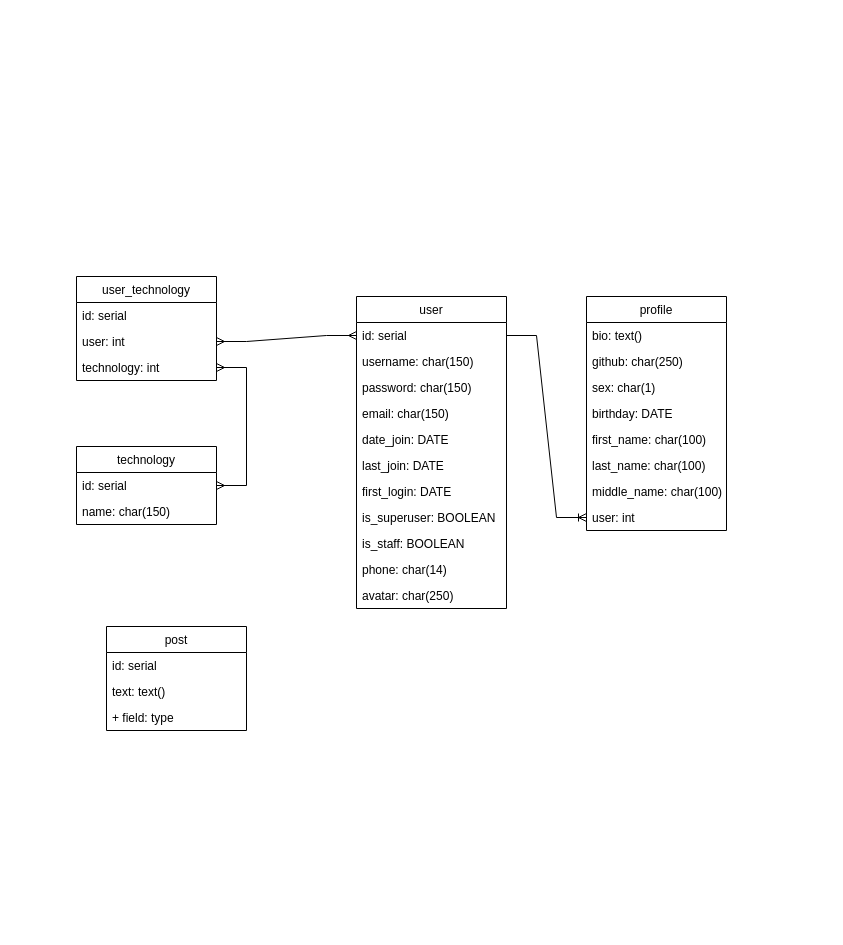
The draw.io diagram databasediagram.drawio in tonyglaz/mini_social_network_on_django, before the edit. Source tidied: cells renumbered, new cells numbered last; positions are measured from the earlier drawing's top-left corner, leaving out a move shared by most shapes. Both pictures are drawn from the tidied source at 100%, with x=0, y=0 at pixel (76, 276).
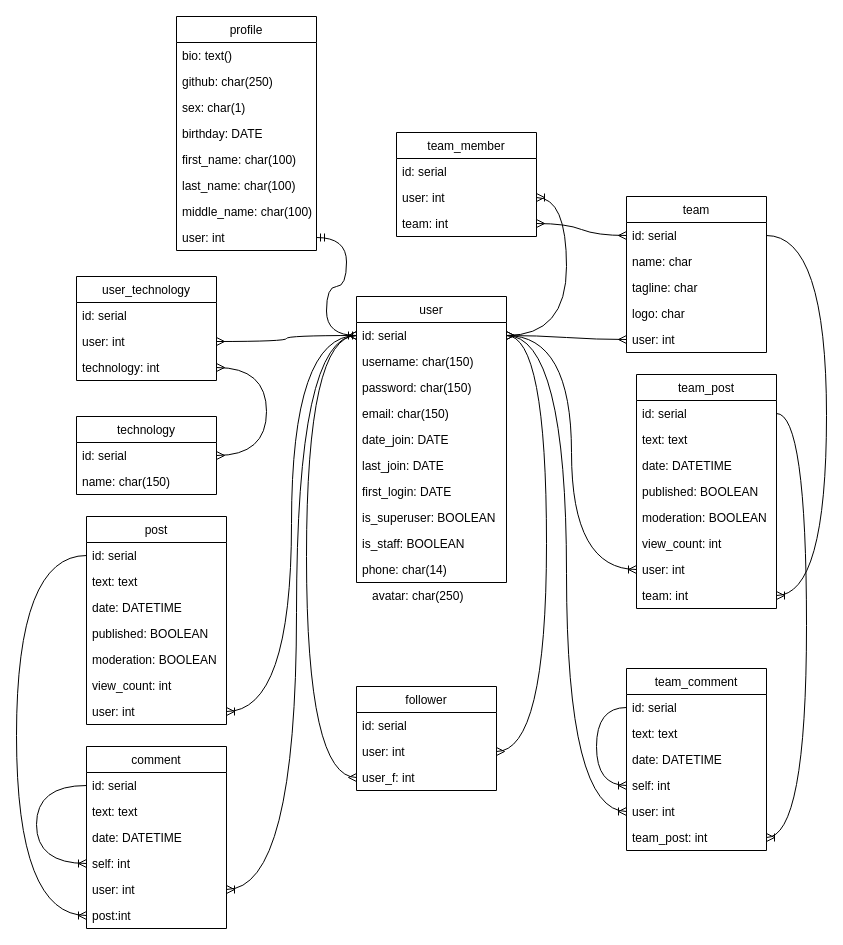
The same diagram, later.

Unchanged cells that the change refers to:
```xml
<mxCell id="3" value="id: serial" style="text;strokeColor=none;fillColor=none;align=left;verticalAlign=top;spacingLeft=4;spacingRight=4;overflow=hidden;points=[[0,0.5],[1,0.5]];portConstraint=eastwest;" parent="2" vertex="1">
  <mxGeometry y="26" width="150" height="26" as="geometry" />
</mxCell>
<mxCell id="22" value="user: int" style="text;strokeColor=none;fillColor=none;align=left;verticalAlign=top;spacingLeft=4;spacingRight=4;overflow=hidden;points=[[0,0.5],[1,0.5]];portConstraint=eastwest;" parent="14" vertex="1">
  <mxGeometry y="208" width="140" height="26" as="geometry" />
</mxCell>
<mxCell id="26" value="user: int" style="text;strokeColor=none;fillColor=none;align=left;verticalAlign=top;spacingLeft=4;spacingRight=4;overflow=hidden;points=[[0,0.5],[1,0.5]];portConstraint=eastwest;" parent="24" vertex="1">
  <mxGeometry y="52" width="140" height="26" as="geometry" />
</mxCell>
<mxCell id="27" value="technology: int" style="text;strokeColor=none;fillColor=none;align=left;verticalAlign=top;spacingLeft=4;spacingRight=4;overflow=hidden;points=[[0,0.5],[1,0.5]];portConstraint=eastwest;" parent="24" vertex="1">
  <mxGeometry y="78" width="140" height="26" as="geometry" />
</mxCell>
<mxCell id="29" value="id: serial" style="text;strokeColor=none;fillColor=none;align=left;verticalAlign=top;spacingLeft=4;spacingRight=4;overflow=hidden;points=[[0,0.5],[1,0.5]];portConstraint=eastwest;" parent="28" vertex="1">
  <mxGeometry y="26" width="140" height="26" as="geometry" />
</mxCell>
```

What changed in the source:
```diff
@@
     <mxCell id="2" value="user" style="swimlane;fontStyle=0;horizontal=1;startSize=26;fillColor=none;" parent="1" vertex="1">
-      <mxGeometry x="280" y="20" width="150" height="312" as="geometry" />
+      <mxGeometry x="280" y="20" width="150" height="286" as="geometry" />
     </mxCell>
@@
-    <mxCell id="13" value="avatar: char(250)" style="text;strokeColor=none;fillColor=none;align=left;verticalAlign=top;spacingLeft=4;spacingRight=4;overflow=hidden;" parent="2" vertex="1">
-      <mxGeometry y="286" width="150" height="26" as="geometry" />
-    </mxCell>
     <mxCell id="14" value="profile" style="swimlane;fontStyle=0;horizontal=1;startSize=26;fillColor=none;" parent="1" vertex="1">
-      <mxGeometry x="510" y="20" width="140" height="234" as="geometry" />
+      <mxGeometry x="100" y="-260" width="140" height="234" as="geometry" />
     </mxCell>
@@
-    <mxCell id="23" style="edgeStyle=entityRelationEdgeStyle;fontSize=12;html=1;endArrow=ERoneToMany;rounded=0;" parent="1" edge="1" source="3" target="22">
-      <mxGeometry relative="1" as="geometry" />
-    </mxCell>
@@
     <mxCell id="28" value="technology" style="swimlane;fontStyle=0;horizontal=1;startSize=26;fillColor=none;" parent="1" vertex="1">
-      <mxGeometry y="170" width="140" height="78" as="geometry" />
+      <mxGeometry y="140" width="140" height="78" as="geometry" />
     </mxCell>
@@
-    <mxCell id="31" style="edgeStyle=entityRelationEdgeStyle;fontSize=12;html=1;endArrow=ERmany;startArrow=ERmany;rounded=0;exitX=1;exitY=0.5;exitDx=0;exitDy=0;" parent="1" edge="1" source="29" target="27">
-      <mxGeometry relative="1" as="geometry" />
+    <mxCell id="31" style="edgeStyle=orthogonalEdgeStyle;fontSize=12;html=1;endArrow=ERmany;startArrow=ERmany;rounded=0;exitX=1;exitY=0.5;exitDx=0;exitDy=0;curved=1;" parent="1" edge="1" source="29" target="27">
+      <mxGeometry relative="1" as="geometry">
+        <Array as="points">
+          <mxPoint x="190" y="179" />
+          <mxPoint x="190" y="91" />
+        </Array>
+      </mxGeometry>
     </mxCell>
+    <mxCell id="36" style="edgeStyle=orthogonalEdgeStyle;fontSize=12;html=1;endArrow=ERmany;startArrow=ERmany;rounded=0;curved=1;" parent="1" edge="1" source="26" target="3">
+      <mxGeometry relative="1" as="geometry" />
+    </mxCell>
+    <mxCell id="37" value="follower" style="swimlane;fontStyle=0;horizontal=1;startSize=26;fillColor=none;" parent="1" vertex="1">
+      <mxGeometry x="280" y="410" width="140" height="104" as="geometry" />
+    </mxCell>
+    <mxCell id="38" value="id: serial" style="text;strokeColor=none;fillColor=none;align=left;verticalAlign=top;spacingLeft=4;spacingRight=4;overflow=hidden;" parent="37" vertex="1">
+      <mxGeometry y="26" width="140" height="26" as="geometry" />
+    </mxCell>
+    <mxCell id="39" value="user: int" style="text;strokeColor=none;fillColor=none;align=left;verticalAlign=top;spacingLeft=4;spacingRight=4;overflow=hidden;points=[[0,0.5],[1,0.5]];portConstraint=eastwest;" parent="37" vertex="1">
+      <mxGeometry y="52" width="140" height="26" as="geometry" />
+    </mxCell>
+    <mxCell id="40" value="user_f: int" style="text;strokeColor=none;fillColor=none;align=left;verticalAlign=top;spacingLeft=4;spacingRight=4;overflow=hidden;points=[[0,0.5],[1,0.5]];portConstraint=eastwest;" parent="37" vertex="1">
+      <mxGeometry y="78" width="140" height="26" as="geometry" />
+    </mxCell>
+    <mxCell id="41" value="team_member" style="swimlane;fontStyle=0;horizontal=1;startSize=26;fillColor=none;" parent="1" vertex="1">
+      <mxGeometry x="320" y="-144" width="140" height="104" as="geometry" />
+    </mxCell>
+    <mxCell id="42" value="id: serial" style="text;strokeColor=none;fillColor=none;align=left;verticalAlign=top;spacingLeft=4;spacingRight=4;overflow=hidden;" parent="41" vertex="1">
+      <mxGeometry y="26" width="140" height="26" as="geometry" />
+    </mxCell>
+    <mxCell id="43" value="user: int" style="text;strokeColor=none;fillColor=none;align=left;verticalAlign=top;spacingLeft=4;spacingRight=4;overflow=hidden;points=[[0,0.5],[1,0.5]];portConstraint=eastwest;" parent="41" vertex="1">
+      <mxGeometry y="52" width="140" height="26" as="geometry" />
+    </mxCell>
+    <mxCell id="44" value="team: int" style="text;strokeColor=none;fillColor=none;align=left;verticalAlign=top;spacingLeft=4;spacingRight=4;overflow=hidden;points=[[0,0.5],[1,0.5]];portConstraint=eastwest;" parent="41" vertex="1">
+      <mxGeometry y="78" width="140" height="26" as="geometry" />
+    </mxCell>
+    <mxCell id="45" value="team" style="swimlane;fontStyle=0;horizontal=1;startSize=26;fillColor=none;" parent="1" vertex="1">
+      <mxGeometry x="550" y="-80" width="140" height="156" as="geometry" />
+    </mxCell>
+    <mxCell id="46" value="id: serial" style="text;strokeColor=none;fillColor=none;align=left;verticalAlign=top;spacingLeft=4;spacingRight=4;overflow=hidden;points=[[0,0.5],[1,0.5]];portConstraint=eastwest;" parent="45" vertex="1">
+      <mxGeometry y="26" width="140" height="26" as="geometry" />
+    </mxCell>
+    <mxCell id="47" value="name: char" style="text;strokeColor=none;fillColor=none;align=left;verticalAlign=top;spacingLeft=4;spacingRight=4;overflow=hidden;" parent="45" vertex="1">
+      <mxGeometry y="52" width="140" height="26" as="geometry" />
+    </mxCell>
+    <mxCell id="48" value="tagline: char" style="text;strokeColor=none;fillColor=none;align=left;verticalAlign=top;spacingLeft=4;spacingRight=4;overflow=hidden;" parent="45" vertex="1">
+      <mxGeometry y="78" width="140" height="26" as="geometry" />
+    </mxCell>
+    <mxCell id="49" value="logo: char" style="text;strokeColor=none;fillColor=none;align=left;verticalAlign=top;spacingLeft=4;spacingRight=4;overflow=hidden;" parent="45" vertex="1">
+      <mxGeometry y="104" width="140" height="26" as="geometry" />
+    </mxCell>
+    <mxCell id="50" value="user: int" style="text;strokeColor=none;fillColor=none;align=left;verticalAlign=top;spacingLeft=4;spacingRight=4;overflow=hidden;points=[[0,0.5],[1,0.5]];portConstraint=eastwest;" parent="45" vertex="1">
+      <mxGeometry y="130" width="140" height="26" as="geometry" />
+    </mxCell>
+    <mxCell id="51" value="team_post" style="swimlane;fontStyle=0;horizontal=1;startSize=26;fillColor=none;" parent="1" vertex="1">
+      <mxGeometry x="560" y="98" width="140" height="234" as="geometry" />
+    </mxCell>
+    <mxCell id="52" value="id: serial" style="text;strokeColor=none;fillColor=none;align=left;verticalAlign=top;spacingLeft=4;spacingRight=4;overflow=hidden;points=[[0,0.5],[1,0.5]];portConstraint=eastwest;" parent="51" vertex="1">
+      <mxGeometry y="26" width="140" height="26" as="geometry" />
+    </mxCell>
+    <mxCell id="53" value="text: text" style="text;strokeColor=none;fillColor=none;align=left;verticalAlign=top;spacingLeft=4;spacingRight=4;overflow=hidden;" parent="51" vertex="1">
+      <mxGeometry y="52" width="140" height="26" as="geometry" />
+    </mxCell>
+    <mxCell id="54" value="date: DATETIME" style="text;strokeColor=none;fillColor=none;align=left;verticalAlign=top;spacingLeft=4;spacingRight=4;overflow=hidden;" parent="51" vertex="1">
+      <mxGeometry y="78" width="140" height="26" as="geometry" />
+    </mxCell>
+    <mxCell id="55" value="published: BOOLEAN" style="text;strokeColor=none;fillColor=none;align=left;verticalAlign=top;spacingLeft=4;spacingRight=4;overflow=hidden;" parent="51" vertex="1">
+      <mxGeometry y="104" width="140" height="26" as="geometry" />
+    </mxCell>
+    <mxCell id="56" value="moderation: BOOLEAN" style="text;strokeColor=none;fillColor=none;align=left;verticalAlign=top;spacingLeft=4;spacingRight=4;overflow=hidden;" parent="51" vertex="1">
+      <mxGeometry y="130" width="140" height="26" as="geometry" />
+    </mxCell>
+    <mxCell id="57" value="view_count: int" style="text;strokeColor=none;fillColor=none;align=left;verticalAlign=top;spacingLeft=4;spacingRight=4;overflow=hidden;" parent="51" vertex="1">
+      <mxGeometry y="156" width="140" height="26" as="geometry" />
+    </mxCell>
+    <mxCell id="58" value="user: int" style="text;strokeColor=none;fillColor=none;align=left;verticalAlign=top;spacingLeft=4;spacingRight=4;overflow=hidden;points=[[0,0.5],[1,0.5]];portConstraint=eastwest;" parent="51" vertex="1">
+      <mxGeometry y="182" width="140" height="26" as="geometry" />
+    </mxCell>
+    <mxCell id="59" value="team: int" style="text;strokeColor=none;fillColor=none;align=left;verticalAlign=top;spacingLeft=4;spacingRight=4;overflow=hidden;points=[[0,0.5],[1,0.5]];portConstraint=eastwest;" parent="51" vertex="1">
+      <mxGeometry y="208" width="140" height="26" as="geometry" />
+    </mxCell>
+    <mxCell id="60" value="team_comment" style="swimlane;fontStyle=0;horizontal=1;startSize=26;fillColor=none;" parent="1" vertex="1">
+      <mxGeometry x="550" y="392" width="140" height="182" as="geometry" />
+    </mxCell>
+    <mxCell id="61" value="id: serial" style="text;strokeColor=none;fillColor=none;align=left;verticalAlign=top;spacingLeft=4;spacingRight=4;overflow=hidden;points=[[0,0.5],[1,0.5]];portConstraint=eastwest;" parent="60" vertex="1">
+      <mxGeometry y="26" width="140" height="26" as="geometry" />
+    </mxCell>
+    <mxCell id="62" value="text: text" style="text;strokeColor=none;fillColor=none;align=left;verticalAlign=top;spacingLeft=4;spacingRight=4;overflow=hidden;" parent="60" vertex="1">
+      <mxGeometry y="52" width="140" height="26" as="geometry" />
+    </mxCell>
+    <mxCell id="63" value="date: DATETIME" style="text;strokeColor=none;fillColor=none;align=left;verticalAlign=top;spacingLeft=4;spacingRight=4;overflow=hidden;" parent="60" vertex="1">
+      <mxGeometry y="78" width="140" height="26" as="geometry" />
+    </mxCell>
+    <mxCell id="64" value="self: int" style="text;strokeColor=none;fillColor=none;align=left;verticalAlign=top;spacingLeft=4;spacingRight=4;overflow=hidden;points=[[0,0.5],[1,0.5]];portConstraint=eastwest;" parent="60" vertex="1">
+      <mxGeometry y="104" width="140" height="26" as="geometry" />
+    </mxCell>
+    <mxCell id="65" value="user: int" style="text;strokeColor=none;fillColor=none;align=left;verticalAlign=top;spacingLeft=4;spacingRight=4;overflow=hidden;points=[[0,0.5],[1,0.5]];portConstraint=eastwest;" parent="60" vertex="1">
+      <mxGeometry y="130" width="140" height="26" as="geometry" />
+    </mxCell>
+    <mxCell id="66" value="team_post: int" style="text;strokeColor=none;fillColor=none;align=left;verticalAlign=top;spacingLeft=4;spacingRight=4;overflow=hidden;points=[[0,0.5],[1,0.5]];portConstraint=eastwest;" parent="60" vertex="1">
+      <mxGeometry y="156" width="140" height="26" as="geometry" />
+    </mxCell>
+    <mxCell id="67" style="edgeStyle=orthogonalEdgeStyle;fontSize=12;html=1;endArrow=ERoneToMany;rounded=0;curved=1;entryX=0;entryY=0.5;entryDx=0;entryDy=0;exitX=0;exitY=0.5;exitDx=0;exitDy=0;" parent="60" edge="1" source="61" target="64">
+      <mxGeometry relative="1" as="geometry">
+        <Array as="points">
+          <mxPoint x="-30" y="39" />
+          <mxPoint x="-30" y="117" />
+        </Array>
+      </mxGeometry>
+    </mxCell>
+    <mxCell id="68" style="edgeStyle=entityRelationEdgeStyle;fontSize=12;html=1;endArrow=ERoneToMany;rounded=0;curved=1;entryX=1;entryY=0.5;entryDx=0;entryDy=0;" parent="1" edge="1" source="52" target="66">
+      <mxGeometry relative="1" as="geometry" />
+    </mxCell>
+    <mxCell id="69" style="edgeStyle=orthogonalEdgeStyle;fontSize=12;html=1;endArrow=ERoneToMany;rounded=0;curved=1;entryX=0;entryY=0.5;entryDx=0;entryDy=0;" parent="1" edge="1" source="3" target="65">
+      <mxGeometry relative="1" as="geometry" />
+    </mxCell>
+    <mxCell id="70" style="edgeStyle=entityRelationEdgeStyle;fontSize=12;html=1;endArrow=ERoneToMany;rounded=0;curved=1;" parent="1" edge="1" source="3" target="43">
+      <mxGeometry relative="1" as="geometry" />
+    </mxCell>
+    <mxCell id="71" style="edgeStyle=entityRelationEdgeStyle;fontSize=12;html=1;endArrow=ERmany;startArrow=ERmany;rounded=0;curved=1;" parent="1" edge="1" source="3" target="50">
+      <mxGeometry relative="1" as="geometry" />
+    </mxCell>
+    <mxCell id="72" style="edgeStyle=entityRelationEdgeStyle;fontSize=12;html=1;endArrow=ERmany;startArrow=ERmany;rounded=0;curved=1;" parent="1" edge="1" source="46" target="44">
+      <mxGeometry relative="1" as="geometry" />
+    </mxCell>
     <mxCell id="32" value="post" style="swimlane;fontStyle=0;horizontal=1;startSize=26;fillColor=none;" parent="1" vertex="1">
-      <mxGeometry x="30" y="350" width="140" height="104" as="geometry" />
+      <mxGeometry x="10" y="240" width="140" height="208" as="geometry" />
     </mxCell>
-    <mxCell id="33" value="id: serial" style="text;strokeColor=none;fillColor=none;align=left;verticalAlign=top;spacingLeft=4;spacingRight=4;overflow=hidden;" parent="32" vertex="1">
-      <mxGeometry y="26" width="140" height="26" as="geometry" />
-    </mxCell>
-    <mxCell id="34" value="text: text()" style="text;strokeColor=none;fillColor=none;align=left;verticalAlign=top;spacingLeft=4;spacingRight=4;overflow=hidden;" parent="32" vertex="1">
-      <mxGeometry y="52" width="140" height="26" as="geometry" />
-    </mxCell>
-    <mxCell id="35" value="+ field: type" style="text;strokeColor=none;fillColor=none;align=left;verticalAlign=top;spacingLeft=4;spacingRight=4;overflow=hidden;" parent="32" vertex="1">
-      <mxGeometry y="78" width="140" height="26" as="geometry" />
-    </mxCell>
-    <mxCell id="36" style="edgeStyle=entityRelationEdgeStyle;fontSize=12;html=1;endArrow=ERmany;startArrow=ERmany;rounded=0;" parent="1" edge="1" source="26" target="3">
-      <mxGeometry relative="1" as="geometry" />
-    </mxCell>
+    <mxCell id="73" value="id: serial" style="text;strokeColor=none;fillColor=none;align=left;verticalAlign=top;spacingLeft=4;spacingRight=4;overflow=hidden;points=[[0,0.5],[1,0.5]];portConstraint=eastwest;" parent="32" vertex="1">
+      <mxGeometry y="26" width="140" height="26" as="geometry" />
+    </mxCell>
+    <mxCell id="74" value="text: text" style="text;strokeColor=none;fillColor=none;align=left;verticalAlign=top;spacingLeft=4;spacingRight=4;overflow=hidden;" parent="32" vertex="1">
+      <mxGeometry y="52" width="140" height="26" as="geometry" />
+    </mxCell>
+    <mxCell id="75" value="date: DATETIME" style="text;strokeColor=none;fillColor=none;align=left;verticalAlign=top;spacingLeft=4;spacingRight=4;overflow=hidden;" parent="32" vertex="1">
+      <mxGeometry y="78" width="140" height="26" as="geometry" />
+    </mxCell>
+    <mxCell id="76" value="published: BOOLEAN" style="text;strokeColor=none;fillColor=none;align=left;verticalAlign=top;spacingLeft=4;spacingRight=4;overflow=hidden;" parent="32" vertex="1">
+      <mxGeometry y="104" width="140" height="26" as="geometry" />
+    </mxCell>
+    <mxCell id="77" value="moderation: BOOLEAN" style="text;strokeColor=none;fillColor=none;align=left;verticalAlign=top;spacingLeft=4;spacingRight=4;overflow=hidden;" parent="32" vertex="1">
+      <mxGeometry y="130" width="140" height="26" as="geometry" />
+    </mxCell>
+    <mxCell id="78" value="view_count: int" style="text;strokeColor=none;fillColor=none;align=left;verticalAlign=top;spacingLeft=4;spacingRight=4;overflow=hidden;" parent="32" vertex="1">
+      <mxGeometry y="156" width="140" height="26" as="geometry" />
+    </mxCell>
+    <mxCell id="79" value="user: int" style="text;strokeColor=none;fillColor=none;align=left;verticalAlign=top;spacingLeft=4;spacingRight=4;overflow=hidden;points=[[0,0.5],[1,0.5]];portConstraint=eastwest;" parent="32" vertex="1">
+      <mxGeometry y="182" width="140" height="26" as="geometry" />
+    </mxCell>
+    <mxCell id="80" style="edgeStyle=orthogonalEdgeStyle;fontSize=12;html=1;endArrow=ERoneToMany;rounded=0;curved=1;entryX=0;entryY=0.5;entryDx=0;entryDy=0;" parent="1" edge="1" source="3" target="58">
+      <mxGeometry relative="1" as="geometry" />
+    </mxCell>
+    <mxCell id="81" value="comment" style="swimlane;fontStyle=0;horizontal=1;startSize=26;fillColor=none;" parent="1" vertex="1">
+      <mxGeometry x="10" y="470" width="140" height="182" as="geometry" />
+    </mxCell>
+    <mxCell id="82" value="id: serial" style="text;strokeColor=none;fillColor=none;align=left;verticalAlign=top;spacingLeft=4;spacingRight=4;overflow=hidden;points=[[0,0.5],[1,0.5]];portConstraint=eastwest;" parent="81" vertex="1">
+      <mxGeometry y="26" width="140" height="26" as="geometry" />
+    </mxCell>
+    <mxCell id="83" value="text: text" style="text;strokeColor=none;fillColor=none;align=left;verticalAlign=top;spacingLeft=4;spacingRight=4;overflow=hidden;" parent="81" vertex="1">
+      <mxGeometry y="52" width="140" height="26" as="geometry" />
+    </mxCell>
+    <mxCell id="84" value="date: DATETIME" style="text;strokeColor=none;fillColor=none;align=left;verticalAlign=top;spacingLeft=4;spacingRight=4;overflow=hidden;" parent="81" vertex="1">
+      <mxGeometry y="78" width="140" height="26" as="geometry" />
+    </mxCell>
+    <mxCell id="85" value="self: int" style="text;strokeColor=none;fillColor=none;align=left;verticalAlign=top;spacingLeft=4;spacingRight=4;overflow=hidden;points=[[0,0.5],[1,0.5]];portConstraint=eastwest;" parent="81" vertex="1">
+      <mxGeometry y="104" width="140" height="26" as="geometry" />
+    </mxCell>
+    <mxCell id="86" value="user: int" style="text;strokeColor=none;fillColor=none;align=left;verticalAlign=top;spacingLeft=4;spacingRight=4;overflow=hidden;points=[[0,0.5],[1,0.5]];portConstraint=eastwest;" parent="81" vertex="1">
+      <mxGeometry y="130" width="140" height="26" as="geometry" />
+    </mxCell>
+    <mxCell id="87" value="post:int" style="text;strokeColor=none;fillColor=none;align=left;verticalAlign=top;spacingLeft=4;spacingRight=4;overflow=hidden;points=[[0,0.5],[1,0.5]];portConstraint=eastwest;" parent="81" vertex="1">
+      <mxGeometry y="156" width="140" height="26" as="geometry" />
+    </mxCell>
+    <mxCell id="88" style="edgeStyle=orthogonalEdgeStyle;fontSize=12;html=1;endArrow=ERoneToMany;rounded=0;curved=1;entryX=0;entryY=0.5;entryDx=0;entryDy=0;exitX=0;exitY=0.5;exitDx=0;exitDy=0;" parent="81" edge="1" source="82" target="85">
+      <mxGeometry relative="1" as="geometry">
+        <Array as="points">
+          <mxPoint x="-50" y="39" />
+          <mxPoint x="-50" y="117" />
+        </Array>
+      </mxGeometry>
+    </mxCell>
+    <mxCell id="89" style="edgeStyle=orthogonalEdgeStyle;fontSize=12;html=1;endArrow=ERoneToMany;rounded=0;curved=1;" parent="1" edge="1" source="3" target="86">
+      <mxGeometry relative="1" as="geometry">
+        <Array as="points">
+          <mxPoint x="220" y="59" />
+          <mxPoint x="220" y="613" />
+        </Array>
+      </mxGeometry>
+    </mxCell>
+    <mxCell id="90" style="edgeStyle=orthogonalEdgeStyle;fontSize=12;html=1;endArrow=ERmany;startArrow=ERmany;rounded=0;curved=1;" parent="1" edge="1" source="3" target="39">
+      <mxGeometry relative="1" as="geometry">
+        <Array as="points">
+          <mxPoint x="470" y="59" />
+          <mxPoint x="470" y="475" />
+        </Array>
+      </mxGeometry>
+    </mxCell>
+    <mxCell id="91" style="edgeStyle=orthogonalEdgeStyle;fontSize=12;html=1;endArrow=ERoneToMany;rounded=0;curved=1;" parent="1" edge="1" source="3" target="79">
+      <mxGeometry relative="1" as="geometry" />
+    </mxCell>
+    <mxCell id="92" style="edgeStyle=orthogonalEdgeStyle;fontSize=12;html=1;endArrow=ERmany;startArrow=ERmany;rounded=0;curved=1;entryX=0;entryY=0.5;entryDx=0;entryDy=0;" parent="1" edge="1" source="3" target="40">
+      <mxGeometry relative="1" as="geometry">
+        <Array as="points">
+          <mxPoint x="230" y="59" />
+          <mxPoint x="230" y="501" />
+        </Array>
+      </mxGeometry>
+    </mxCell>
+    <mxCell id="13" value="avatar: char(250)" style="text;strokeColor=none;fillColor=none;align=left;verticalAlign=top;spacingLeft=4;spacingRight=4;overflow=hidden;" parent="1" vertex="1">
+      <mxGeometry x="290" y="306" width="150" height="26" as="geometry" />
+    </mxCell>
+    <mxCell id="93" style="edgeStyle=orthogonalEdgeStyle;fontSize=12;html=1;endArrow=ERoneToMany;rounded=0;curved=1;" parent="1" edge="1" source="73" target="87">
+      <mxGeometry relative="1" as="geometry">
+        <Array as="points">
+          <mxPoint x="-60" y="279" />
+          <mxPoint x="-60" y="639" />
+        </Array>
+      </mxGeometry>
+    </mxCell>
+    <mxCell id="94" style="edgeStyle=orthogonalEdgeStyle;fontSize=12;html=1;endArrow=ERoneToMany;rounded=0;curved=1;" parent="1" edge="1" source="46" target="59">
+      <mxGeometry relative="1" as="geometry">
+        <Array as="points">
+          <mxPoint x="750" y="-41" />
+          <mxPoint x="750" y="319" />
+        </Array>
+      </mxGeometry>
+    </mxCell>
+    <mxCell id="95" style="edgeStyle=entityRelationEdgeStyle;fontSize=12;html=1;endArrow=ERmandOne;startArrow=ERmandOne;rounded=0;curved=1;" parent="1" edge="1" source="22" target="3">
+      <mxGeometry relative="1" as="geometry" />
+    </mxCell>
```
